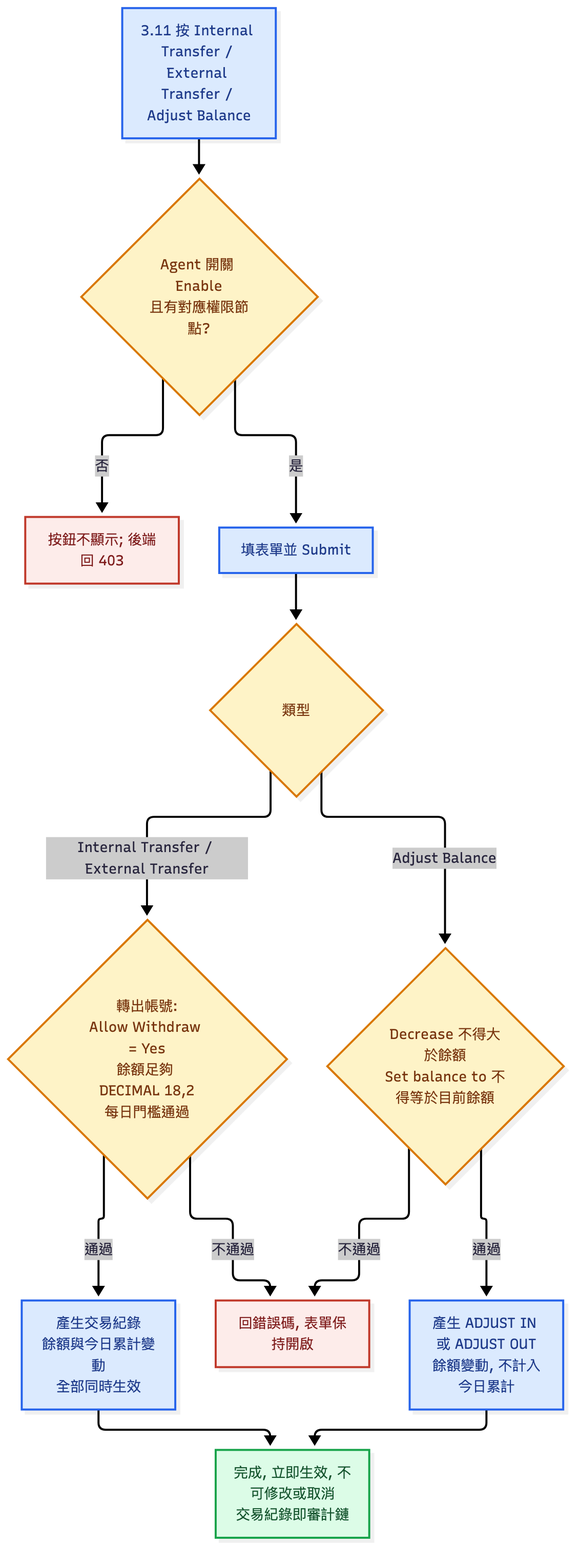
Earlier version of the Mermaid export withdraw-payment-account/diagrams/withdraw_payment_account_flow_manual.png (guswei/betally-bo-mockup). Its source is kept beside it as withdraw-payment-account/withdraw_payment_account_flow_manual.mmd. Source of this version:
```mermaid
flowchart TD
    A[3.11 按 Internal Transfer / External Transfer / Adjust Balance] --> G{Agent 開關 Enable<br/>且有對應權限節點?}
    G -- 否 --> N[按鈕不顯示; 後端回 403]
    G -- 是 --> F[填表單並 Submit]
    F --> K{類型}
    K -- Internal Transfer / External Transfer --> C1{轉出帳號:<br/>Allow Withdraw = Yes<br/>餘額足夠 DECIMAL 18,2<br/>每日門檻通過}
    K -- Adjust Balance --> C2{Decrease 不得大於餘額<br/>Set balance to 不得等於目前餘額}
    C1 -- 不通過 --> X[回錯誤碼, 表單保持開啟]
    C2 -- 不通過 --> X
    C1 -- 通過 --> R1[產生交易紀錄<br/>餘額與今日累計變動<br/>全部同時生效]
    C2 -- 通過 --> R2[產生 ADJUST IN 或 ADJUST OUT<br/>餘額變動, 不計入今日累計]
    R1 --> Z[完成, 立即生效, 不可修改或取消<br/>交易紀錄即審計鏈]
    R2 --> Z
    classDef step fill:#dbeafe,stroke:#2563eb,color:#1e3a8a
    classDef dec  fill:#fef3c7,stroke:#d97706,color:#78350f
    classDef stop fill:#fdecea,stroke:#c0392b,color:#7f1d1d
    classDef done fill:#dcfce7,stroke:#16a34a,color:#14532d
    class A,F,R1,R2 step
    class G,K,C1,C2 dec
    class N,X stop
    class Z done
```
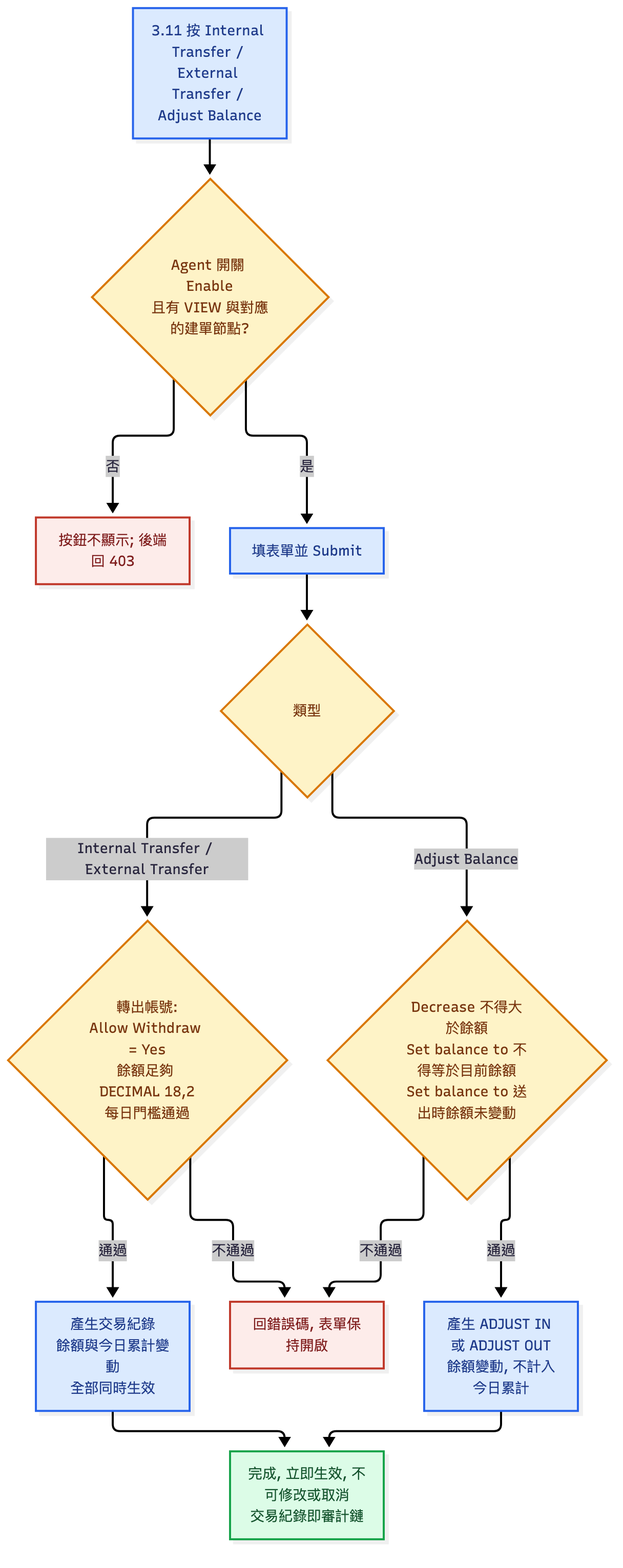
The same file after the commit.

Commit message:
Payment account: split dialog search into three fields, remove Adjust Balance category, add balance-changed check; spec v0.24, PRD v1.2

Diff of the diagram source:
```diff
@@ -1,10 +1,10 @@
 flowchart TD
-    A[3.11 按 Internal Transfer / External Transfer / Adjust Balance] --> G{Agent 開關 Enable<br/>且有對應權限節點?}
+    A[3.11 按 Internal Transfer / External Transfer / Adjust Balance] --> G{Agent 開關 Enable<br/>且有 VIEW 與對應的建單節點?}
     G -- 否 --> N[按鈕不顯示; 後端回 403]
     G -- 是 --> F[填表單並 Submit]
     F --> K{類型}
     K -- Internal Transfer / External Transfer --> C1{轉出帳號:<br/>Allow Withdraw = Yes<br/>餘額足夠 DECIMAL 18,2<br/>每日門檻通過}
-    K -- Adjust Balance --> C2{Decrease 不得大於餘額<br/>Set balance to 不得等於目前餘額}
+    K -- Adjust Balance --> C2{Decrease 不得大於餘額<br/>Set balance to 不得等於目前餘額<br/>Set balance to 送出時餘額未變動}
     C1 -- 不通過 --> X[回錯誤碼, 表單保持開啟]
     C2 -- 不通過 --> X
     C1 -- 通過 --> R1[產生交易紀錄<br/>餘額與今日累計變動<br/>全部同時生效]
```
